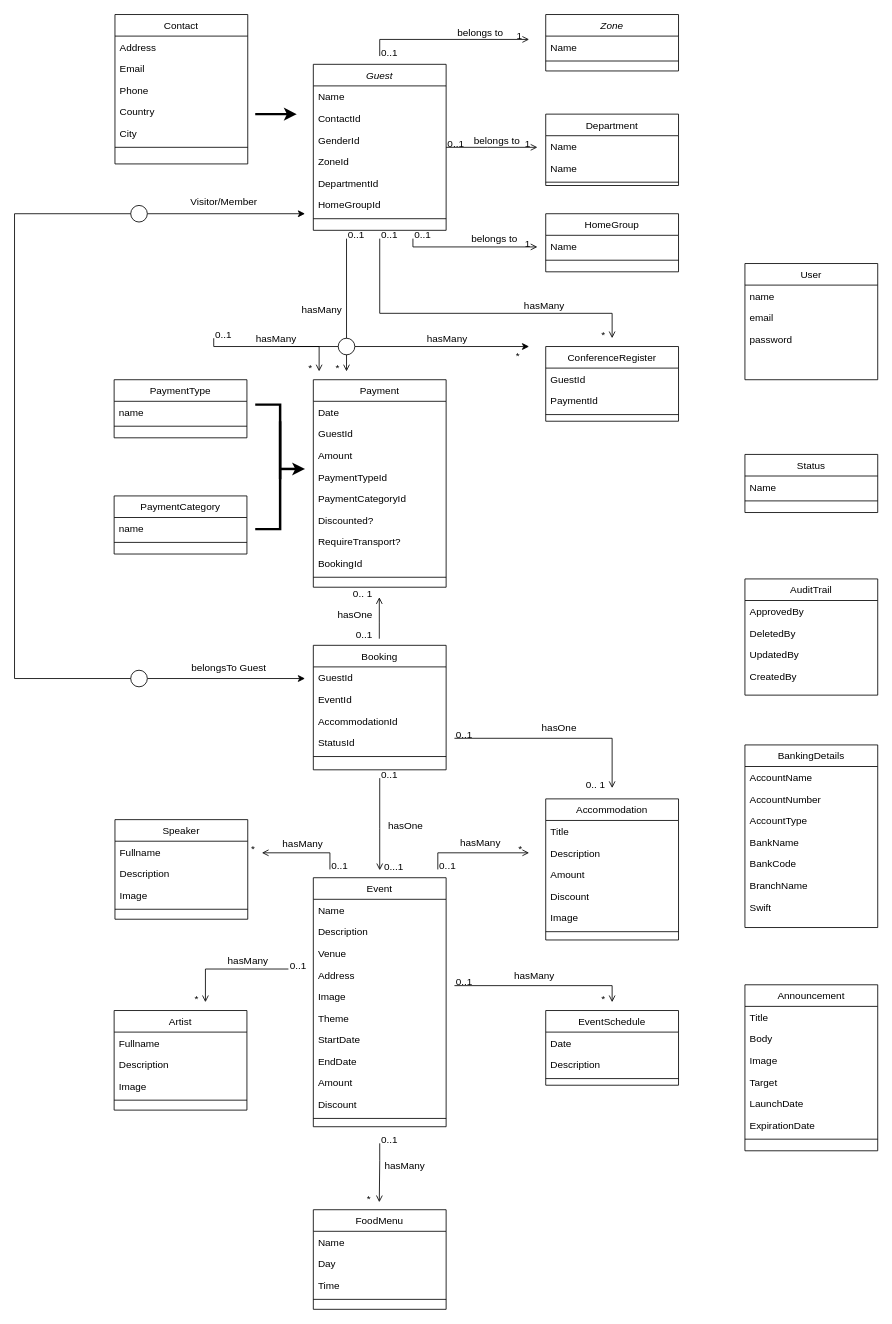
This is Untitled Diagram.drawio from alphamonline/HIM-Events-App, a draw.io file, before an edit. Source tidied: cells renumbered, new cells numbered last; positions are measured from the earlier drawing's top-left corner, leaving out a move shared by most shapes. Both pictures are drawn from the tidied source at 83%, with x=0, y=0 at pixel (14, 14).
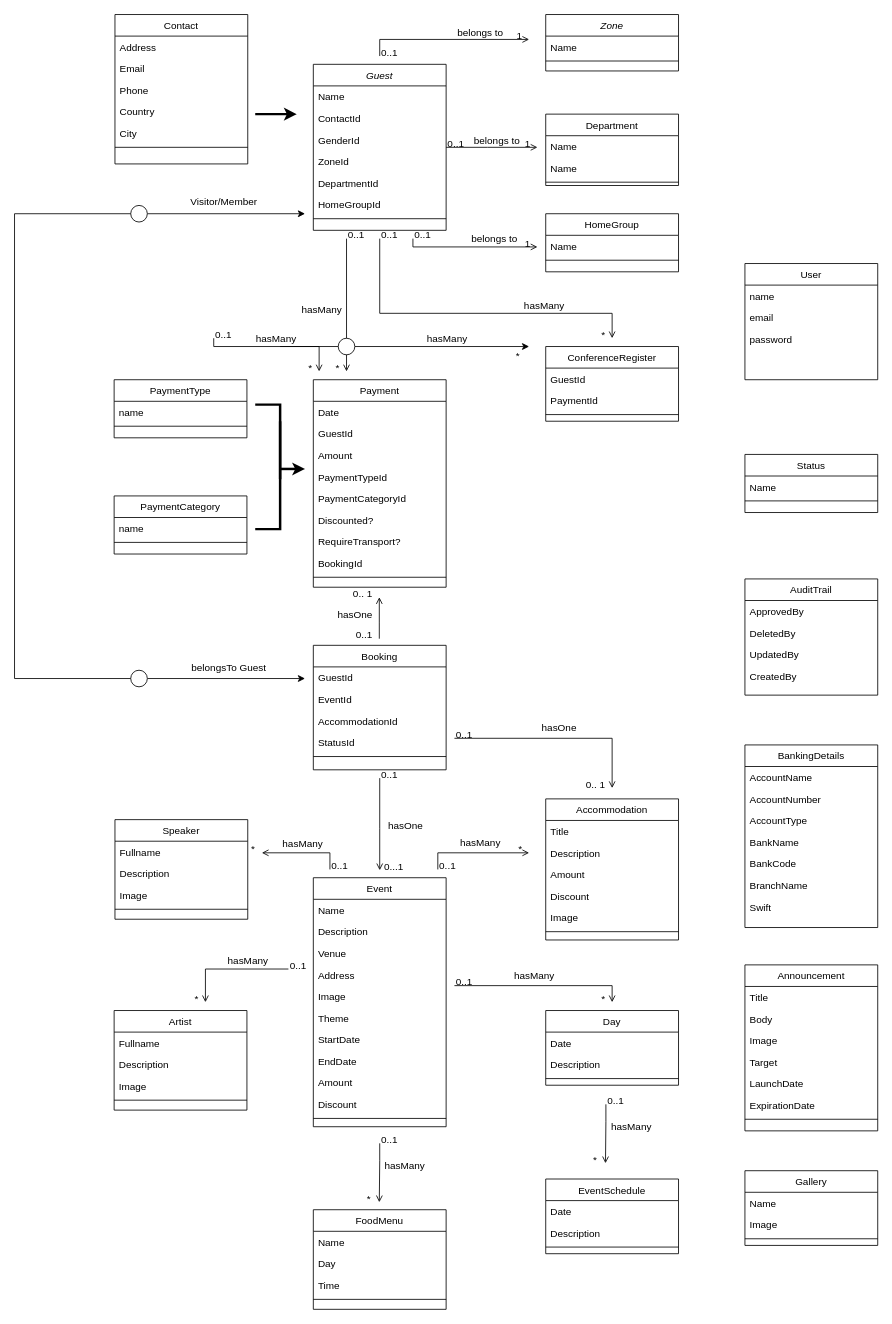
The same diagram, later.

Commit message:
day and gallery

What changed in the source:
```diff
@@
-    <mxCell id="70" value="Announcement" style="swimlane;fontStyle=0;align=center;verticalAlign=top;horizontal=1;startSize=26;rounded=0;shadow=0;strokeWidth=1;" parent="1" vertex="1">
-      <mxGeometry x="880" y="1169" width="160" height="200" as="geometry" />
+    <mxCell id="70" value="Gallery" style="swimlane;fontStyle=0;align=center;verticalAlign=top;horizontal=1;startSize=26;rounded=0;shadow=0;strokeWidth=1;" parent="1" vertex="1">
+      <mxGeometry x="880" y="1393" width="160" height="90" as="geometry" />
     </mxCell>
-    <mxCell id="71" value="Title" style="text;align=left;verticalAlign=top;spacingLeft=4;spacingRight=4;overflow=hidden;" parent="70" vertex="1">
+    <mxCell id="71" value="Name" style="text;align=left;verticalAlign=top;spacingLeft=4;spacingRight=4;overflow=hidden;" parent="70" vertex="1">
       <mxGeometry y="26" width="160" height="26" as="geometry" />
     </mxCell>
-    <mxCell id="72" value="Body" style="text;align=left;verticalAlign=top;spacingLeft=4;spacingRight=4;overflow=hidden;" parent="70" vertex="1">
+    <mxCell id="72" value="Image" style="text;align=left;verticalAlign=top;spacingLeft=4;spacingRight=4;overflow=hidden;" parent="70" vertex="1">
       <mxGeometry y="52" width="160" height="26" as="geometry" />
     </mxCell>
-    <mxCell id="73" value="Image" style="text;align=left;verticalAlign=top;spacingLeft=4;spacingRight=4;overflow=hidden;" parent="70" vertex="1">
-      <mxGeometry y="78" width="160" height="26" as="geometry" />
-    </mxCell>
-    <mxCell id="74" value="Target" style="text;align=left;verticalAlign=top;spacingLeft=4;spacingRight=4;overflow=hidden;" parent="70" vertex="1">
-      <mxGeometry y="104" width="160" height="26" as="geometry" />
-    </mxCell>
-    <mxCell id="75" value="LaunchDate" style="text;align=left;verticalAlign=top;spacingLeft=4;spacingRight=4;overflow=hidden;" parent="70" vertex="1">
-      <mxGeometry y="130" width="160" height="26" as="geometry" />
-    </mxCell>
-    <mxCell id="76" value="ExpirationDate" style="text;align=left;verticalAlign=top;spacingLeft=4;spacingRight=4;overflow=hidden;" parent="70" vertex="1">
-      <mxGeometry y="156" width="160" height="26" as="geometry" />
-    </mxCell>
     <mxCell id="77" style="line;html=1;strokeWidth=1;align=left;verticalAlign=middle;spacingTop=-1;spacingLeft=3;spacingRight=3;labelPosition=right;" parent="70" vertex="1">
-      <mxGeometry y="182" width="160" height="8" as="geometry" />
+      <mxGeometry y="78" width="160" height="8" as="geometry" />
     </mxCell>
@@
-    <mxCell id="122" value="EventSchedule" style="swimlane;fontStyle=0;align=center;verticalAlign=top;horizontal=1;startSize=26;rounded=0;shadow=0;strokeWidth=1;" parent="1" vertex="1">
+    <mxCell id="122" value="Day" style="swimlane;fontStyle=0;align=center;verticalAlign=top;horizontal=1;startSize=26;rounded=0;shadow=0;strokeWidth=1;" parent="1" vertex="1">
       <mxGeometry x="640" y="1200" width="160" height="90" as="geometry" />
     </mxCell>
@@
+    <mxCell id="193" value="Announcement" style="swimlane;fontStyle=0;align=center;verticalAlign=top;horizontal=1;startSize=26;rounded=0;shadow=0;strokeWidth=1;" parent="1" vertex="1">
+      <mxGeometry x="880" y="1145" width="160" height="200" as="geometry" />
+    </mxCell>
+    <mxCell id="194" value="Title" style="text;align=left;verticalAlign=top;spacingLeft=4;spacingRight=4;overflow=hidden;" parent="193" vertex="1">
+      <mxGeometry y="26" width="160" height="26" as="geometry" />
+    </mxCell>
+    <mxCell id="195" value="Body" style="text;align=left;verticalAlign=top;spacingLeft=4;spacingRight=4;overflow=hidden;" parent="193" vertex="1">
+      <mxGeometry y="52" width="160" height="26" as="geometry" />
+    </mxCell>
+    <mxCell id="73" value="Image" style="text;align=left;verticalAlign=top;spacingLeft=4;spacingRight=4;overflow=hidden;" parent="193" vertex="1">
+      <mxGeometry y="78" width="160" height="26" as="geometry" />
+    </mxCell>
+    <mxCell id="74" value="Target" style="text;align=left;verticalAlign=top;spacingLeft=4;spacingRight=4;overflow=hidden;" parent="193" vertex="1">
+      <mxGeometry y="104" width="160" height="26" as="geometry" />
+    </mxCell>
+    <mxCell id="75" value="LaunchDate" style="text;align=left;verticalAlign=top;spacingLeft=4;spacingRight=4;overflow=hidden;" parent="193" vertex="1">
+      <mxGeometry y="130" width="160" height="26" as="geometry" />
+    </mxCell>
+    <mxCell id="76" value="ExpirationDate" style="text;align=left;verticalAlign=top;spacingLeft=4;spacingRight=4;overflow=hidden;" parent="193" vertex="1">
+      <mxGeometry y="156" width="160" height="26" as="geometry" />
+    </mxCell>
+    <mxCell id="196" style="line;html=1;strokeWidth=1;align=left;verticalAlign=middle;spacingTop=-1;spacingLeft=3;spacingRight=3;labelPosition=right;" parent="193" vertex="1">
+      <mxGeometry y="182" width="160" height="8" as="geometry" />
+    </mxCell>
+    <mxCell id="197" value="EventSchedule" style="swimlane;fontStyle=0;align=center;verticalAlign=top;horizontal=1;startSize=26;rounded=0;shadow=0;strokeWidth=1;" parent="1" vertex="1">
+      <mxGeometry x="640" y="1403" width="160" height="90" as="geometry" />
+    </mxCell>
+    <mxCell id="198" value="Date" style="text;align=left;verticalAlign=top;spacingLeft=4;spacingRight=4;overflow=hidden;" parent="197" vertex="1">
+      <mxGeometry y="26" width="160" height="26" as="geometry" />
+    </mxCell>
+    <mxCell id="199" value="Description" style="text;align=left;verticalAlign=top;spacingLeft=4;spacingRight=4;overflow=hidden;" parent="197" vertex="1">
+      <mxGeometry y="52" width="160" height="26" as="geometry" />
+    </mxCell>
+    <mxCell id="200" style="line;html=1;strokeWidth=1;align=left;verticalAlign=middle;spacingTop=-1;spacingLeft=3;spacingRight=3;labelPosition=right;" parent="197" vertex="1">
+      <mxGeometry y="78" width="160" height="8" as="geometry" />
+    </mxCell>
+    <mxCell id="201" style="endArrow=open;shadow=0;strokeWidth=1;rounded=0;curved=0;endFill=1;edgeStyle=elbowEdgeStyle;elbow=vertical;" parent="1" edge="1">
+      <mxGeometry x="0.5" y="41" relative="1" as="geometry">
+        <mxPoint x="712.5" y="1313" as="sourcePoint" />
+        <mxPoint x="712" y="1384" as="targetPoint" />
+        <Array as="points">
+          <mxPoint x="791" y="1334" />
+        </Array>
+        <mxPoint x="-40" y="32" as="offset" />
+      </mxGeometry>
+    </mxCell>
+    <mxCell id="202" value="0..1" style="align=left;verticalAlign=bottom;labelBackgroundColor=none;fontSize=12;" parent="201" vertex="1">
+      <mxGeometry x="-1" relative="1" as="geometry">
+        <mxPoint y="4" as="offset" />
+      </mxGeometry>
+    </mxCell>
+    <mxCell id="203" value="*" style="align=right;verticalAlign=bottom;labelBackgroundColor=none;fontSize=12;" parent="201" vertex="1">
+      <mxGeometry x="1" relative="1" as="geometry">
+        <mxPoint x="-9" y="4" as="offset" />
+      </mxGeometry>
+    </mxCell>
+    <mxCell id="204" value="hasMany" style="text;html=1;align=center;verticalAlign=middle;labelBackgroundColor=none;rounded=0;shadow=0;strokeWidth=1;fontSize=12;" parent="201" vertex="1">
+      <mxGeometry x="0.5" y="49" relative="1" as="geometry">
+        <mxPoint x="-19" y="-26" as="offset" />
+      </mxGeometry>
+    </mxCell>
```
